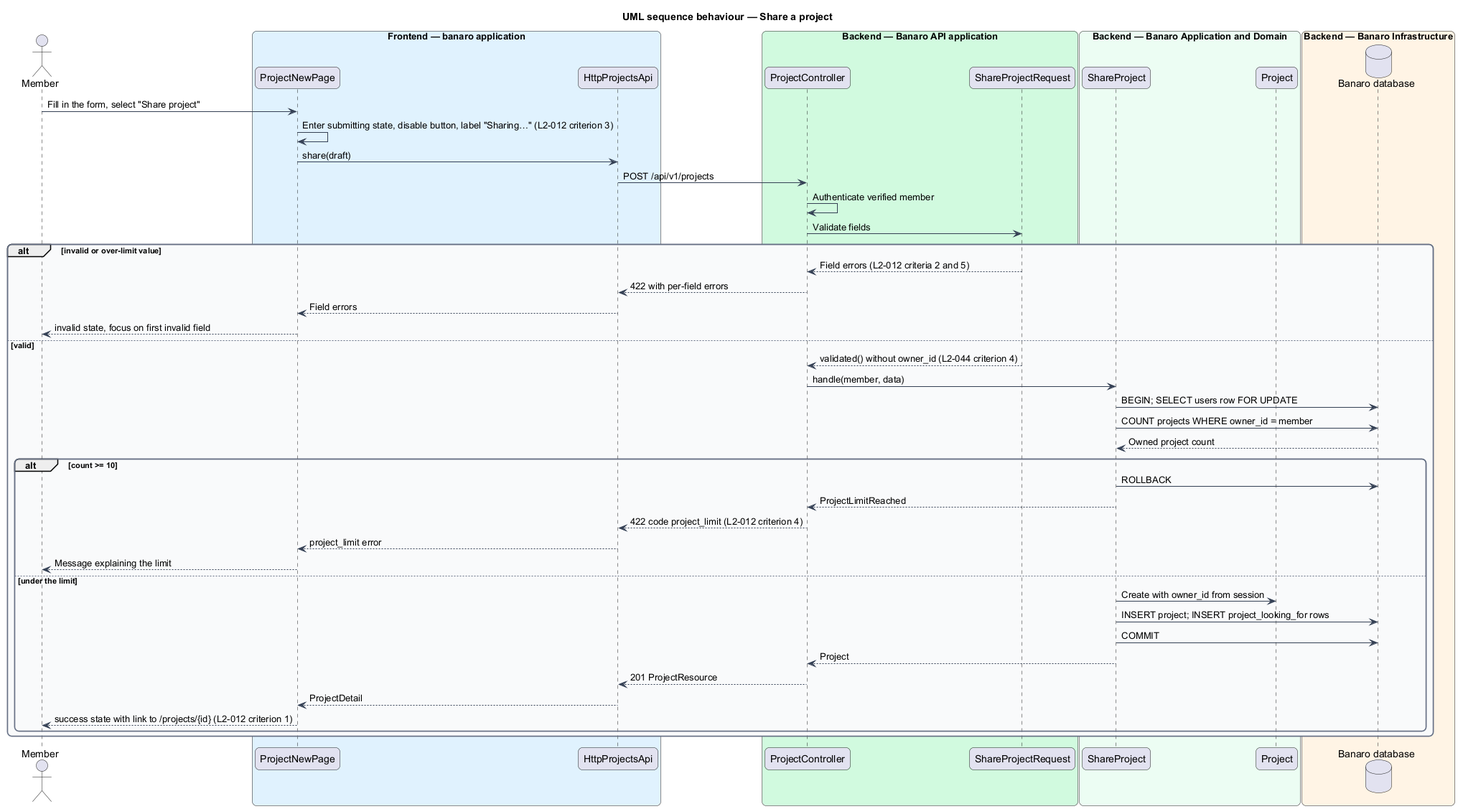
This is docs/detailed-designs/projects/share-project/diagrams/sequence-share-project.png from QuinntyneBrown/banaro, a PlantUML export, as it was before one commit.
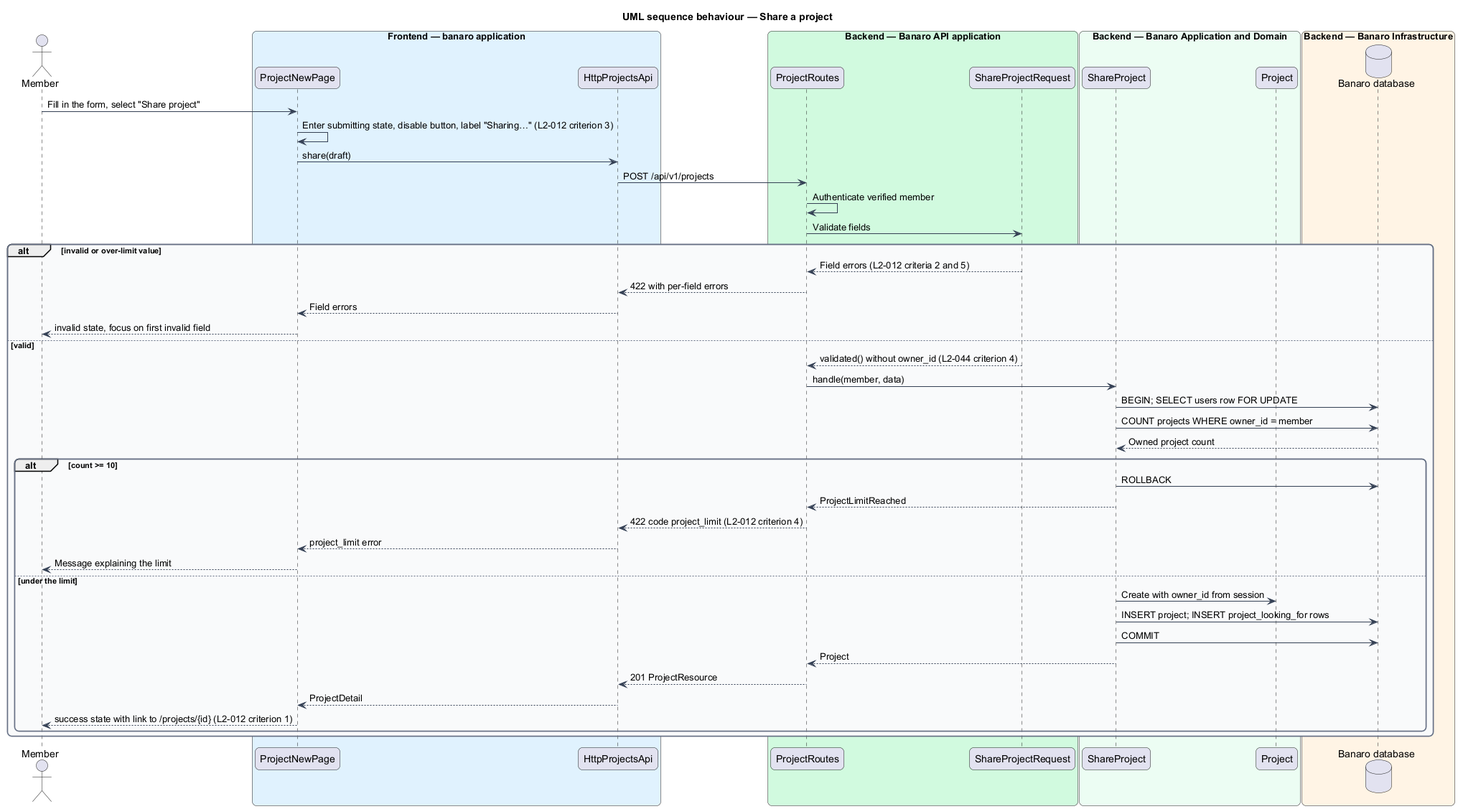
After the change.

What changed in the source:
```diff
@@ -20,7 +20,7 @@
   participant "HttpProjectsApi" as client
 end box
 box "Backend — Banaro API application" #D1FADF
-  participant "ProjectController" as controller
+  participant "ProjectRoutes" as controller
   participant "ShareProjectRequest" as request
 end box
 box "Backend — Banaro Application and Domain" #ECFDF3
```
